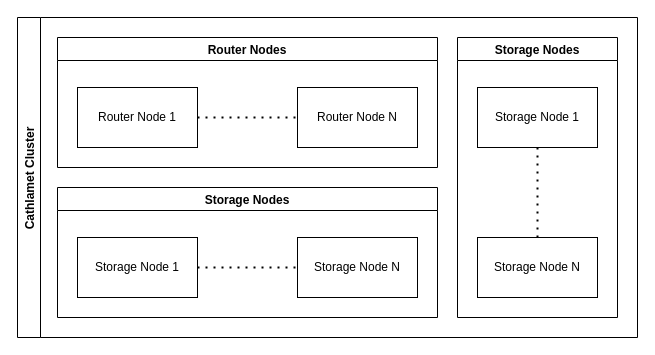
Before: docs/diagrams/Cathlamet.drawio in hmwill/cathlamet, a draw.io diagram. Source tidied: cells renumbered, new cells numbered last; positions are measured from the earlier drawing's top-left corner, leaving out a move shared by most shapes. Both pictures are drawn from the tidied source at 100%, with x=0, y=0 at pixel (17, 17).
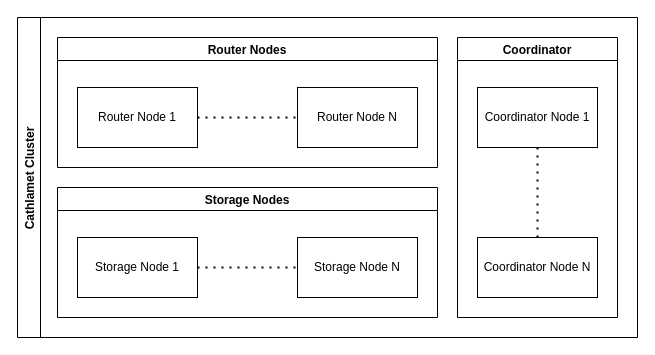
After the change.

Change to the diagram source:
```diff
@@
 <mxGraphModel>
   <root>
     <mxCell id="0" />
     <mxCell id="1" parent="0" />
     <mxCell id="2" value="Storage Nodes" style="swimlane;" parent="1" vertex="1">
       <mxGeometry x="40" y="170" width="380" height="130" as="geometry" />
     </mxCell>
     <mxCell id="3" value="Storage Node 1" style="rounded=0;whiteSpace=wrap;html=1;" parent="2" vertex="1">
       <mxGeometry x="20" y="50" width="120" height="60" as="geometry" />
     </mxCell>
     <mxCell id="4" value="Storage Node N" style="rounded=0;whiteSpace=wrap;html=1;" parent="2" vertex="1">
       <mxGeometry x="240" y="50" width="120" height="60" as="geometry" />
     </mxCell>
     <mxCell id="5" style="endArrow=none;dashed=1;html=1;dashPattern=1 3;strokeWidth=2;rounded=0;exitX=1;exitY=0.5;exitDx=0;exitDy=0;entryX=0;entryY=0.5;entryDx=0;entryDy=0;" parent="2" edge="1" source="3" target="4">
       <mxGeometry relative="1" as="geometry" />
     </mxCell>
     <mxCell id="6" value="Router Nodes" style="swimlane;" parent="1" vertex="1">
       <mxGeometry x="40" y="20" width="380" height="130" as="geometry" />
     </mxCell>
     <mxCell id="7" value="Router Node 1" style="rounded=0;whiteSpace=wrap;html=1;" parent="6" vertex="1">
       <mxGeometry x="20" y="50" width="120" height="60" as="geometry" />
     </mxCell>
     <mxCell id="8" value="Router Node N" style="rounded=0;whiteSpace=wrap;html=1;" parent="6" vertex="1">
       <mxGeometry x="240" y="50" width="120" height="60" as="geometry" />
     </mxCell>
     <mxCell id="9" style="endArrow=none;dashed=1;html=1;dashPattern=1 3;strokeWidth=2;rounded=0;exitX=1;exitY=0.5;exitDx=0;exitDy=0;entryX=0;entryY=0.5;entryDx=0;entryDy=0;" parent="6" edge="1" source="7" target="8">
       <mxGeometry relative="1" as="geometry" />
     </mxCell>
-    <mxCell id="10" value="Storage Nodes" style="swimlane;" parent="1" vertex="1">
+    <mxCell id="10" value="Coordinator" style="swimlane;" parent="1" vertex="1">
       <mxGeometry x="440" y="20" width="160" height="280" as="geometry" />
     </mxCell>
-    <mxCell id="11" value="Storage Node 1" style="rounded=0;whiteSpace=wrap;html=1;" parent="10" vertex="1">
+    <mxCell id="11" value="Coordinator Node 1" style="rounded=0;whiteSpace=wrap;html=1;" parent="10" vertex="1">
       <mxGeometry x="20" y="50" width="120" height="60" as="geometry" />
     </mxCell>
-    <mxCell id="12" value="Storage Node N" style="rounded=0;whiteSpace=wrap;html=1;" parent="10" vertex="1">
+    <mxCell id="12" value="Coordinator Node N" style="rounded=0;whiteSpace=wrap;html=1;" parent="10" vertex="1">
       <mxGeometry x="20" y="200" width="120" height="60" as="geometry" />
     </mxCell>
     <mxCell id="13" style="endArrow=none;dashed=1;html=1;dashPattern=1 3;strokeWidth=2;rounded=0;exitX=0.5;exitY=1;exitDx=0;exitDy=0;entryX=0.5;entryY=0;entryDx=0;entryDy=0;" parent="10" edge="1" source="11" target="12">
       <mxGeometry relative="1" as="geometry" />
     </mxCell>
     <mxCell id="14" value="Cathlamet Cluster" style="swimlane;horizontal=0;" parent="1" vertex="1">
       <mxGeometry width="620" height="320" as="geometry" />
     </mxCell>
   </root>
 </mxGraphModel>
```
